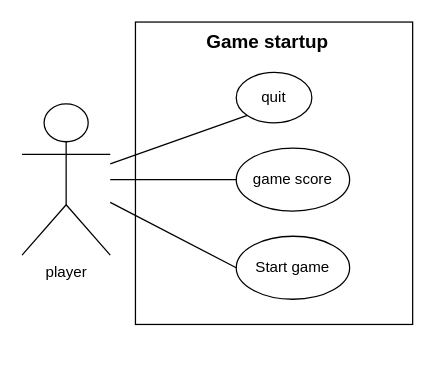
Before: documentation/UML-diagrammes/game_startup_use_case_diagram.drawio in M-Ike007/CatanGame, a draw.io diagram. Source tidied: cells renumbered, new cells numbered last; positions are measured from the earlier drawing's top-left corner, leaving out a move shared by most shapes. Both pictures are drawn from the tidied source at 126%, with x=0, y=0 at pixel (21, 21).
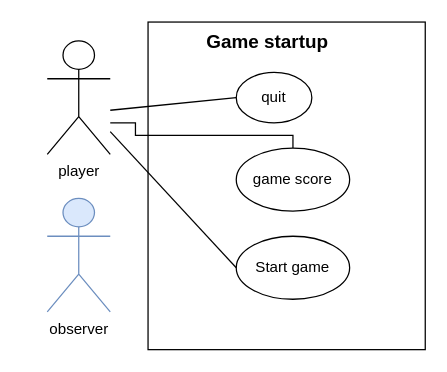
After the change.

Commit message (it also covers changes not shown here):
MI, TEK add observer to use case diagram

Add observer to use case diagram game_startup_use_case_diagram

Change to the diagram source:
```diff
@@
 <mxGraphModel>
   <root>
     <mxCell id="0" />
     <mxCell id="1" parent="0" />
-    <mxCell id="2" style="edgeStyle=orthogonalEdgeStyle;rounded=0;jettySize=auto;html=1;endArrow=none;endFill=0;" parent="1" edge="1" source="3" target="5">
-      <mxGeometry relative="1" as="geometry" />
+    <mxCell id="2" style="edgeStyle=orthogonalEdgeStyle;rounded=0;jettySize=auto;html=1;endArrow=none;endFill=0;" parent="1" edge="1" target="5">
+      <mxGeometry relative="1" as="geometry">
+        <mxPoint x="70" y="80" as="sourcePoint" />
+        <Array as="points">
+          <mxPoint x="90" y="80" />
+          <mxPoint x="90" y="90" />
+          <mxPoint x="215" y="90" />
+        </Array>
+      </mxGeometry>
     </mxCell>
     <mxCell id="3" value="player" style="shape=umlActor;verticalLabelPosition=bottom;verticalAlign=top;html=1;outlineConnect=0;" parent="1" vertex="1">
-      <mxGeometry y="65" width="70" height="120" as="geometry" />
+      <mxGeometry x="20" y="15" width="50" height="90" as="geometry" />
     </mxCell>
     <mxCell id="4" value="&lt;font size=&quot;1&quot; style=&quot;&quot;&gt;&lt;b style=&quot;font-size: 15px;&quot;&gt;Game startup&lt;/b&gt;&lt;/font&gt;" style="text;html=1;strokeColor=none;fillColor=none;align=center;verticalAlign=middle;whiteSpace=wrap;rounded=0;" parent="1" vertex="1">
       <mxGeometry x="90" width="210" height="30" as="geometry" />
     </mxCell>
     <mxCell id="5" value="game score" style="ellipse;whiteSpace=wrap;html=1;fillColor=none;" parent="1" vertex="1">
       <mxGeometry x="170" y="100" width="90" height="50" as="geometry" />
     </mxCell>
     <mxCell id="6" value="quit" style="ellipse;whiteSpace=wrap;html=1;fillColor=none;" parent="1" vertex="1">
       <mxGeometry x="170" y="40" width="60" height="40" as="geometry" />
     </mxCell>
     <mxCell id="7" value="Start game" style="ellipse;whiteSpace=wrap;html=1;fillColor=none;" parent="1" vertex="1">
       <mxGeometry x="170" y="170" width="90" height="50" as="geometry" />
     </mxCell>
-    <mxCell id="8" style="endArrow=none;html=1;rounded=0;entryX=0;entryY=1;entryDx=0;entryDy=0;" parent="1" edge="1" source="3" target="6">
-      <mxGeometry relative="1" as="geometry" />
+    <mxCell id="8" style="endArrow=none;html=1;rounded=0;entryX=0;entryY=0.5;entryDx=0;entryDy=0;" parent="1" edge="1" target="6">
+      <mxGeometry relative="1" as="geometry">
+        <mxPoint x="70" y="70" as="sourcePoint" />
+      </mxGeometry>
     </mxCell>
     <mxCell id="9" style="endArrow=none;html=1;rounded=0;entryX=0;entryY=0.5;entryDx=0;entryDy=0;" parent="1" edge="1" source="3" target="7">
       <mxGeometry relative="1" as="geometry" />
     </mxCell>
     <mxCell id="10" style="rounded=0;whiteSpace=wrap;html=1;fillColor=none;" parent="1" vertex="1">
-      <mxGeometry x="90" width="220" height="240" as="geometry" />
+      <mxGeometry x="100" width="220" height="260" as="geometry" />
     </mxCell>
+    <mxCell id="11" value="observer" style="shape=umlActor;verticalLabelPosition=bottom;verticalAlign=top;html=1;fillColor=#dae8fc;strokeColor=#6c8ebf;" parent="1" vertex="1">
+      <mxGeometry x="20" y="140" width="50" height="90" as="geometry" />
+    </mxCell>
   </root>
 </mxGraphModel>
```
